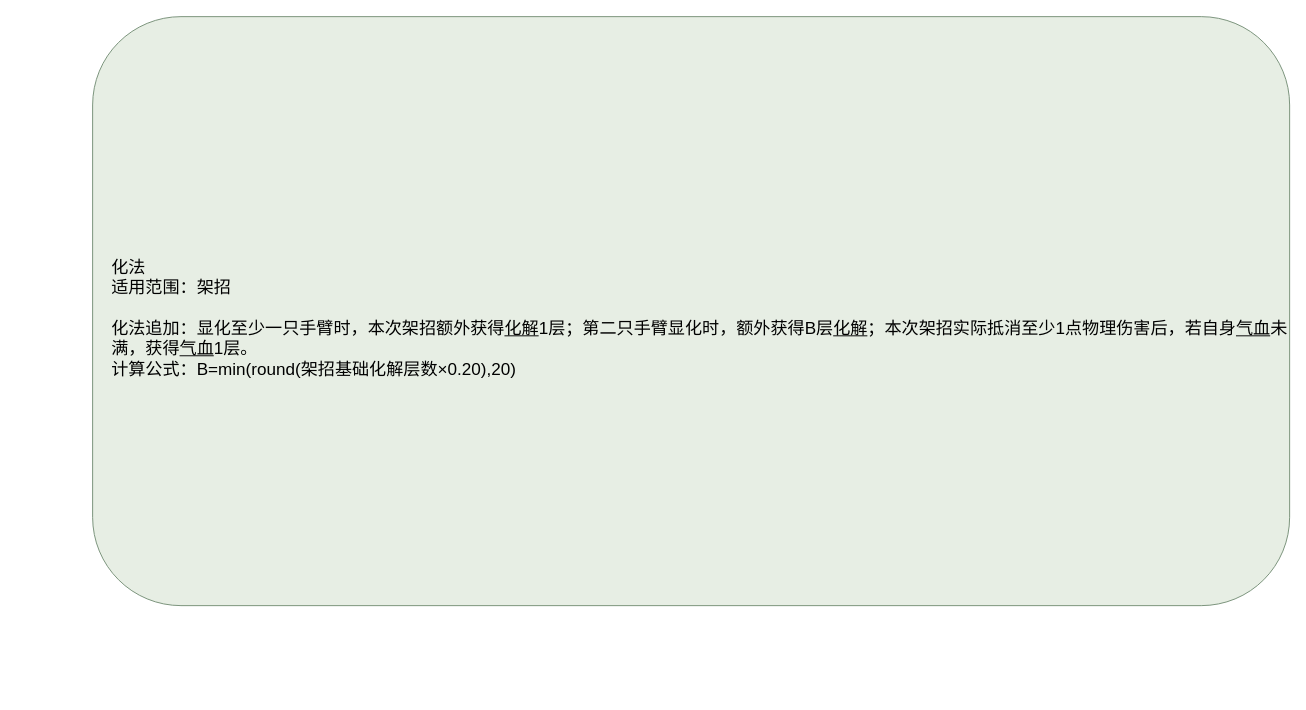
Above: page "架招第四卷" (1 of 2) of docs/卡牌词典/秘籍技能/百骸衍枝化生宝册/化法/架招第四卷.drawio in ankundanetracyc-spec/tian-guan-you-du (draw.io), before the change. Source tidied: cells renumbered, new cells numbered last; positions are measured from the earlier drawing's top-left corner, leaving out a move shared by most shapes. Both pictures are drawn from the tidied source at 95%, with x=0, y=0 at pixel (92, 16).
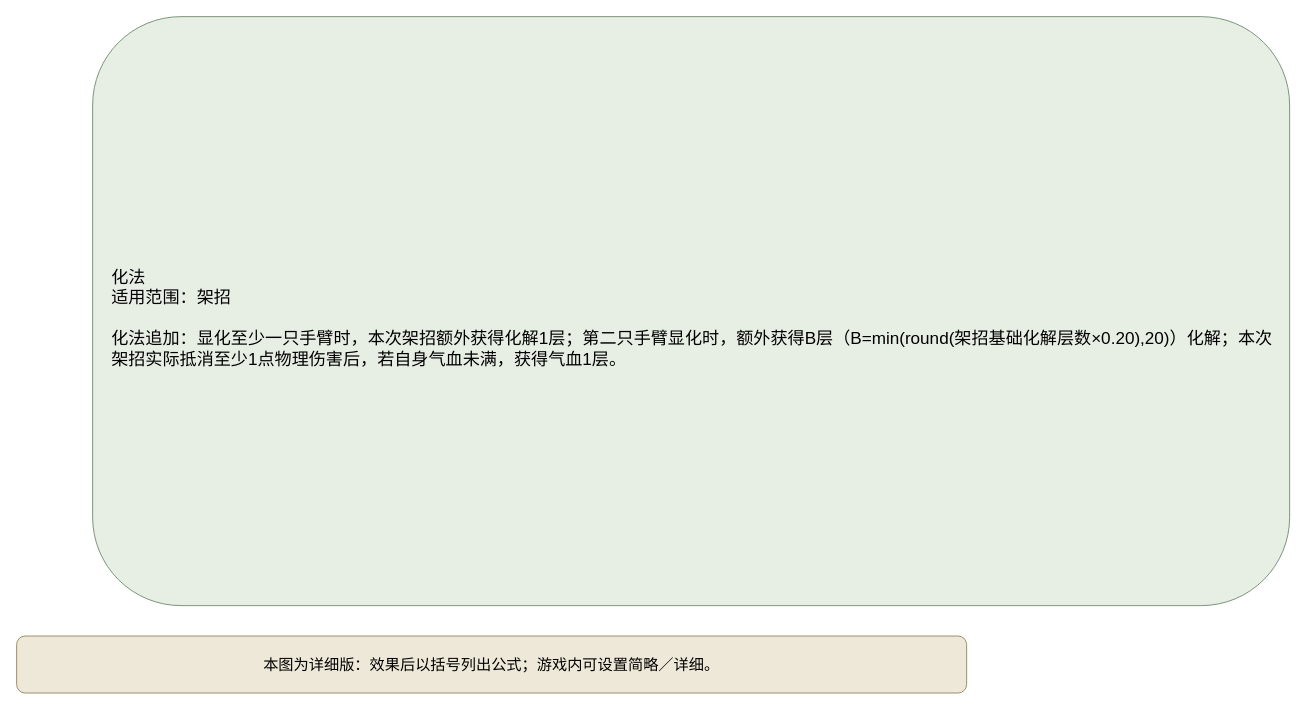
Above is the later version.

The edit, as a diff of the source:
```diff
@@
 <mxGraphModel>
   <root>
     <mxCell id="0" />
     <mxCell id="1" parent="0" />
-    <mxCell id="2" value="&lt;div style=&quot;text-align:left;&quot;&gt;化法&lt;br&gt;适用范围：架招&lt;br&gt;&lt;br&gt;化法追加：显化至少一只手臂时，本次架招额外获得&lt;u&gt;化解&lt;/u&gt;1层；第二只手臂显化时，额外获得B层&lt;u&gt;化解&lt;/u&gt;；本次架招实际抵消至少1点物理伤害后，若自身&lt;u&gt;气血&lt;/u&gt;未满，获得&lt;u&gt;气血&lt;/u&gt;1层。&lt;br&gt;计算公式：B=min(round(架招基础化解层数×0.20),20)&lt;/div&gt;" style="rounded=1;whiteSpace=wrap;html=1;fillColor=#e7eee4;strokeColor=#769078;fontSize=18;align=left;spacingLeft=18;spacingTop=16;" parent="1" vertex="1">
+    <mxCell id="2" value="化法&#10;适用范围：架招&#10;&#10;化法追加：显化至少一只手臂时，本次架招额外获得化解1层；第二只手臂显化时，额外获得B层（B=min(round(架招基础化解层数×0.20),20)）化解；本次架招实际抵消至少1点物理伤害后，若自身气血未满，获得气血1层。" style="rounded=1;whiteSpace=wrap;html=1;fillColor=#e7eee4;strokeColor=#769078;fontSize=18;align=left;spacingLeft=18;spacingTop=16;" parent="1" vertex="1">
       <mxGeometry width="1260" height="620" as="geometry" />
     </mxCell>
+    <mxCell id="3" value="本图为详细版：效果后以括号列出公式；游戏内可设置简略／详细。" style="rounded=1;whiteSpace=wrap;html=1;fillColor=#eee8d8;strokeColor=#9a8967;fontSize=16;" parent="1" vertex="1">
+      <mxGeometry x="-80" y="652" width="1000" height="60" as="geometry" />
+    </mxCell>
   </root>
 </mxGraphModel>
```
